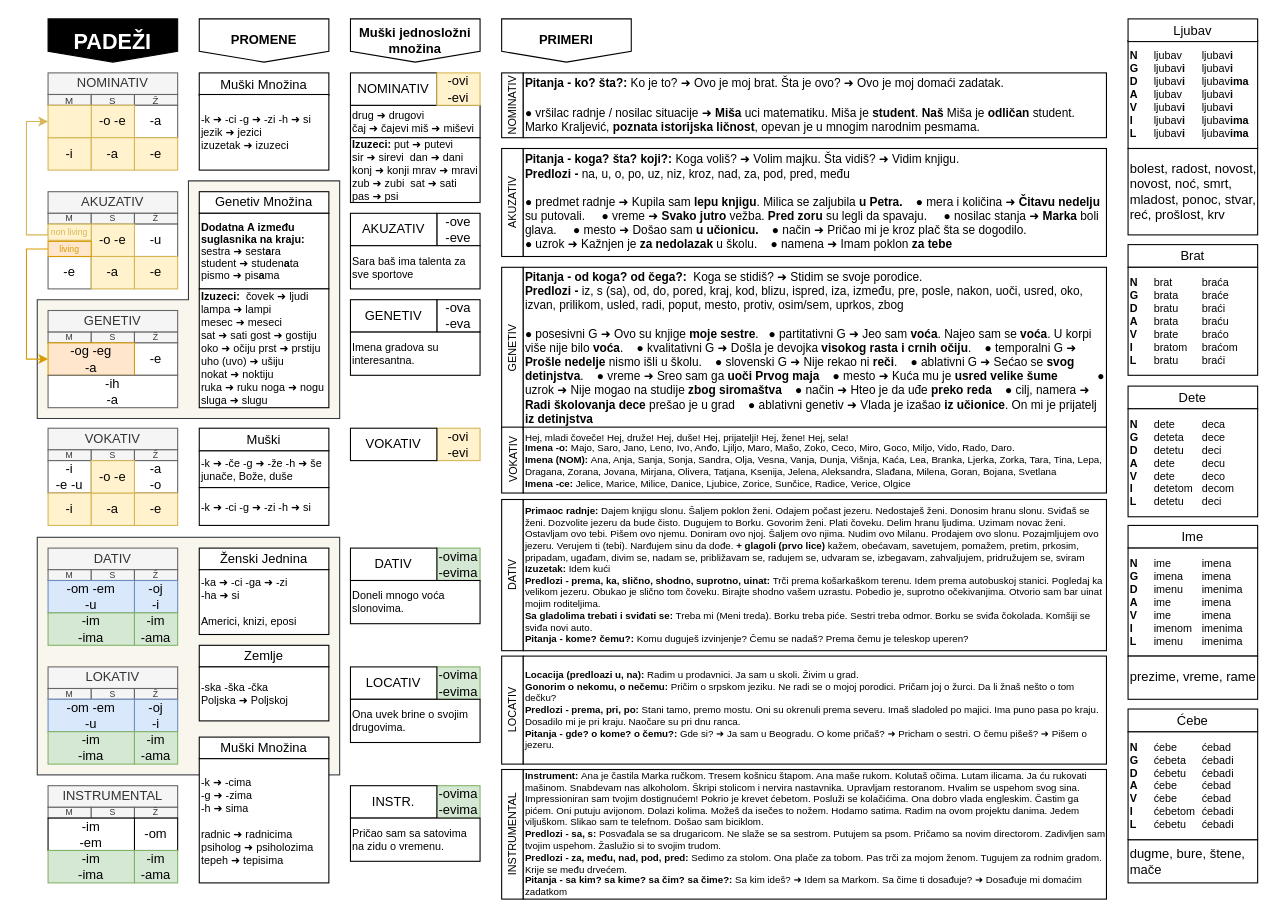
Earlier version of the draw.io diagram draws/padezi.drawio (vlandivir/srpski). Source tidied: cells renumbered, new cells numbered last; positions are measured from the earlier drawing's top-left corner, leaving out a move shared by most shapes. Both pictures are drawn from the tidied source at 108%, with x=0, y=0 at pixel (26, 18).
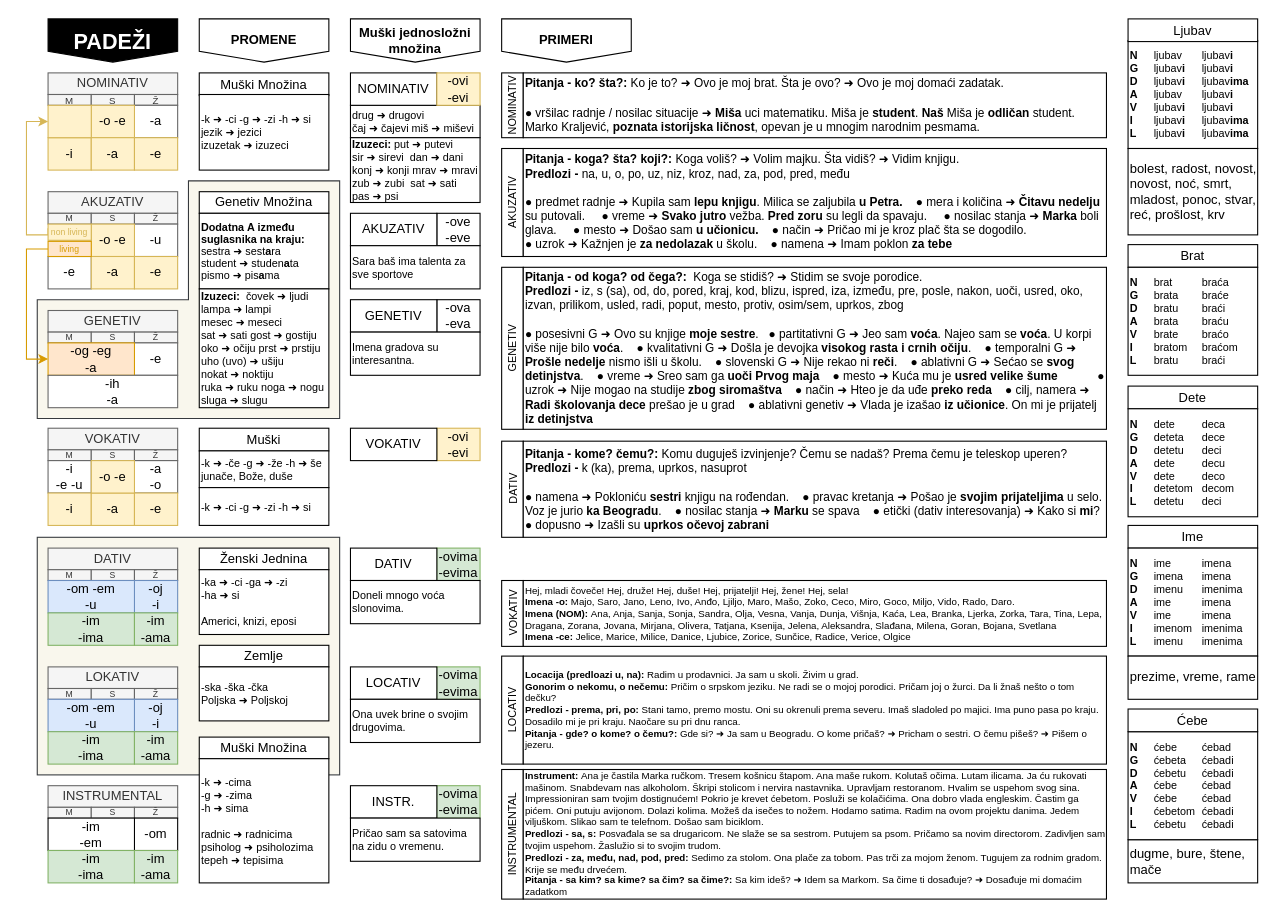
After the change.

Diff of the diagram source:
```diff
@@
     <mxCell id="98" value="VOKATIV" style="rounded=0;whiteSpace=wrap;html=1;fontSize=10;horizontal=0;" parent="1" vertex="1">
-      <mxGeometry x="440" y="378" width="20" height="61" as="geometry" />
+      <mxGeometry x="440" y="520" width="20" height="61" as="geometry" />
     </mxCell>
     <mxCell id="99" value="DATIV" style="rounded=0;whiteSpace=wrap;html=1;fontSize=10;horizontal=0;" parent="1" vertex="1">
-      <mxGeometry x="440" y="445" width="20" height="140" as="geometry" />
+      <mxGeometry x="440" y="391" width="20" height="89" as="geometry" />
     </mxCell>
@@
-    <mxCell id="110" value="&lt;b style=&quot;font-size: 9px;&quot;&gt;Primaoc radnje:&lt;/b&gt;&amp;nbsp;Dajem knjigu slonu. Šaljem poklon ženi. Odajem počast jezeru. Nedostaješ ženi. Donosim hranu slonu. Sviđaš se ženi. Dozvolite jezeru da bude čisto. Dugujem to Borku. Govorim ženi. Plati čoveku. Delim hranu ljudima. Uzimam novac ženi. Ostavljam ovo tebi. Pišem ovo njemu. Doniram ovo njoj. Šaljem ovo njima. Nudim ovo Milanu. Prodajem ovo slonu. Pozajmljujem ovo jezeru. Verujem ti (tebi). Narđujem sinu da dođe. &lt;b&gt;+ glagoli (prvo lice) &lt;/b&gt;kažem, obećavam,&amp;nbsp;savetujem, pomažem, pretim, prkosim, pripadam, ugađam, divim se, nadam se, približavam se, radujem se, udvaram se, izbegavam, zahvaljujem, pridružujem se, sviram&lt;br&gt;&lt;b&gt;Izuzetak: &lt;/b&gt;Idem kući&lt;br&gt;&lt;b&gt;Predlozi -&amp;nbsp;&lt;/b&gt;&lt;b style=&quot;border-color: var(--border-color);&quot;&gt;prema, ka, slično, shodno, suprotno, uinat&lt;/b&gt;&lt;b&gt;: &lt;/b&gt;Trči prema košarkaškom terenu. Idem prema autobuskoj stanici. Pogledaj ka velikom jezeru. Obukao je slično tom čoveku. Birajte shodno vašem uzrastu. Pobedio je, suprotno očekivanjima. Otvorio sam bar uinat mojim roditeljima.&lt;br&gt;&lt;b&gt;Sa gladolima trebati i sviđati se: &lt;/b&gt;Treba mi (Meni treda). Borku treba piće. Sestri treba odmor. Borku se sviđa čokolada. Komšiji se sviđa novi auto.&lt;div&gt;&lt;b style=&quot;border-color: var(--border-color);&quot;&gt;Pitanja - kome? čemu?: &lt;/b&gt;&lt;span style=&quot;border-color: var(--border-color);&quot;&gt;Komu duguješ izvinjenje? Čemu se nadaš? Prema čemu je teleskop uperen?&lt;/span&gt;&lt;br&gt;&lt;/div&gt;" style="rounded=0;whiteSpace=wrap;html=1;align=left;fontSize=9;" parent="1" vertex="1">
-      <mxGeometry x="460" y="445" width="540" height="140" as="geometry" />
+    <mxCell id="110" value="&lt;div style=&quot;font-size: 11px;&quot;&gt;&lt;b&gt;&lt;font style=&quot;font-size: 11px;&quot;&gt;&lt;br&gt;&lt;/font&gt;&lt;/b&gt;&lt;/div&gt;&lt;div style=&quot;font-size: 11px;&quot;&gt;&lt;font style=&quot;font-size: 11px;&quot;&gt;&lt;b style=&quot;border-color: var(--border-color);&quot;&gt;Pitanja - kome? čemu?:&amp;nbsp;&lt;/b&gt;&lt;span style=&quot;border-color: var(--border-color);&quot;&gt;Komu duguješ izvinjenje? Čemu se nadaš? Prema čemu je teleskop uperen?&lt;/span&gt;&lt;b&gt;&lt;br&gt;&lt;/b&gt;&lt;/font&gt;&lt;/div&gt;&lt;div style=&quot;font-size: 11px;&quot;&gt;&lt;span style=&quot;border-color: var(--border-color);&quot;&gt;&lt;font style=&quot;font-size: 11px;&quot;&gt;&lt;b&gt;Predlozi -&amp;nbsp;&lt;/b&gt;k (ka), prema, uprkos, nasuprot&lt;br&gt;&lt;/font&gt;&lt;/span&gt;&lt;/div&gt;&lt;div style=&quot;font-size: 11px;&quot;&gt;&lt;span style=&quot;border-color: var(--border-color);&quot;&gt;&lt;b&gt;&lt;font style=&quot;font-size: 11px;&quot;&gt;&lt;br&gt;&lt;/font&gt;&lt;/b&gt;&lt;/span&gt;&lt;/div&gt;&lt;font style=&quot;font-size: 11px;&quot;&gt;● namena ➜ Pokloniću &lt;b&gt;sestri&lt;/b&gt; knjigu na rođendan. &amp;nbsp; &amp;nbsp;● pravac kretanja ➜ Pošao je &lt;b&gt;svojim prijateljima&lt;/b&gt; u selo. Voz je jurio &lt;b&gt;ka Beogradu&lt;/b&gt;. &amp;nbsp; &amp;nbsp;● nosilac stanja ➜ &lt;b&gt;Marku&lt;/b&gt; se spava &amp;nbsp; &amp;nbsp;● etički (dativ interesovanja) ➜ Kako si &lt;b&gt;mi&lt;/b&gt;?● dopusno ➜ Izašli su &lt;b&gt;uprkos očevoj zabrani&lt;/b&gt;&lt;br&gt;&lt;/font&gt;&lt;div style=&quot;font-size: 11px;&quot;&gt;&lt;br&gt;&lt;/div&gt;" style="rounded=0;whiteSpace=wrap;html=1;align=left;fontSize=9;" parent="1" vertex="1">
+      <mxGeometry x="460" y="391" width="540" height="89" as="geometry" />
     </mxCell>
@@
     <mxCell id="118" value="Hej, mladi čoveče! Hej, druže! Hej, duše! Hej, prijatelji! Hej, žene! Hej, sela!&lt;br&gt;&lt;b&gt;Imena -o: &lt;/b&gt;Majo, Saro, Jano, Leno, Ivo, Anđo, Ljiljo, Maro, Mašo, Zoko, Ceco, Miro, Goco, Miljo, Vido, Rado, Daro.&lt;br&gt;&lt;b style=&quot;border-color: var(--border-color);&quot;&gt;Imena (NOM): &lt;/b&gt;&lt;span style=&quot;border-color: var(--border-color);&quot;&gt;Ana, Anja, Sanja, Sonja, Sandra, Olja, Vesna, Vanja, Dunja, Višnja, Kaća, Lea, Branka, Ljerka, Zorka, Tara, Tina, Lepa, Dragana, Zorana, Jovana, Mirjana, Olivera, Tatjana, Ksenija, Jelena, Aleksandra, Sla&lt;/span&gt;đana, Milena, Goran, Bojana, Svetlana&lt;br&gt;&lt;b style=&quot;border-color: var(--border-color);&quot;&gt;Imena -ce: &lt;/b&gt;&lt;span style=&quot;border-color: var(--border-color);&quot;&gt;Jelice, Marice, Milice, Danice, Ljubice, Zorice, Sunčice, Radice, Verice, Olgice&lt;/span&gt;" style="rounded=0;whiteSpace=wrap;html=1;align=left;fontSize=9;" parent="1" vertex="1">
-      <mxGeometry x="460" y="378" width="540" height="61" as="geometry" />
+      <mxGeometry x="460" y="520" width="540" height="61" as="geometry" />
     </mxCell>
```
